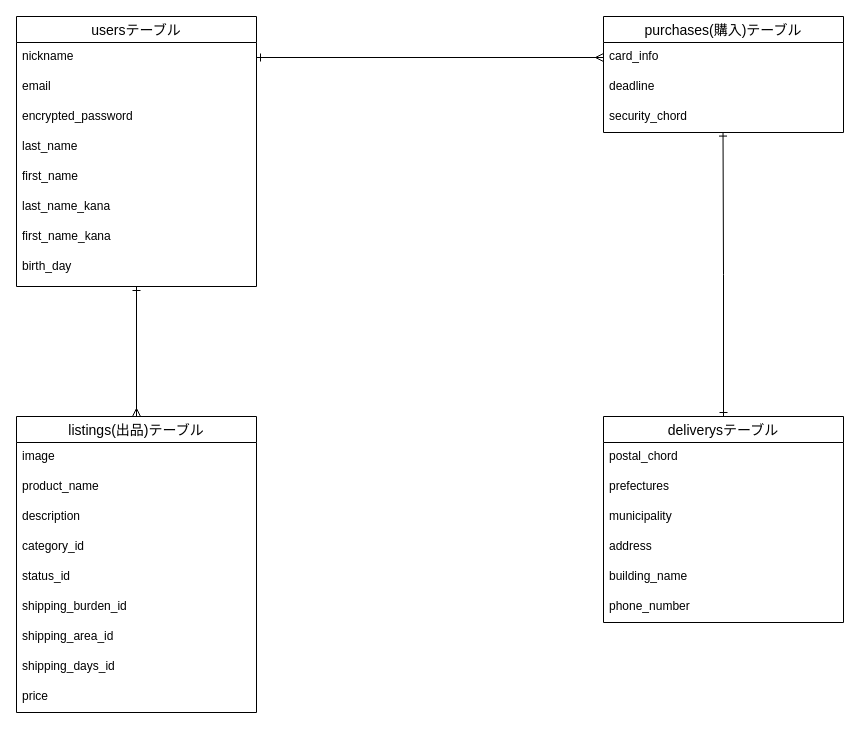
keijiMatsuo/furima-35080 keeps this draw.io diagram as test.dio. Above is the earlier version. Source tidied: cells renumbered, new cells numbered last; positions are measured from the earlier drawing's top-left corner, leaving out a move shared by most shapes. Both pictures are drawn from the tidied source at 100%, with x=0, y=0 at pixel (16, 16).
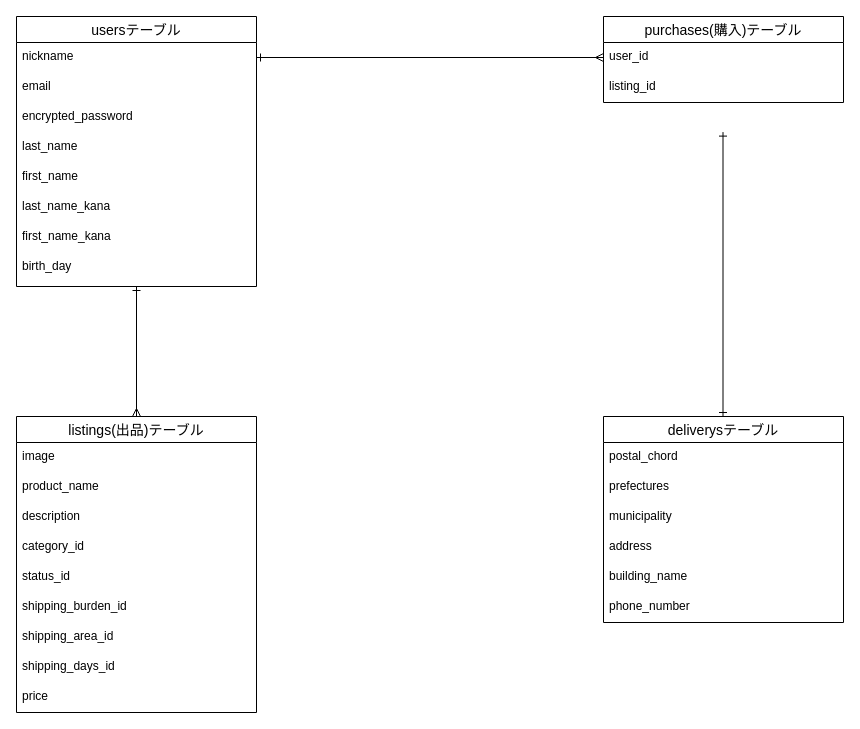
After the change.

Commit message:
purchasesテーブル修正

Unchanged cells that the change refers to:
```xml
<mxCell id="27" value="deliverysテーブル" style="swimlane;fontStyle=0;horizontal=1;startSize=26;align=center;fontSize=14;" parent="1" vertex="1">
  <mxGeometry x="587" y="400" width="240" height="206" as="geometry" />
</mxCell>
```

The edit, as a diff of the source:
```diff
@@
     <mxCell id="22" value="purchases(購入)テーブル" style="swimlane;fontStyle=0;horizontal=1;startSize=26;align=center;fontSize=14;rounded=0;fillColor=none;" parent="1" vertex="1">
-      <mxGeometry x="587" width="240" height="116" as="geometry" />
+      <mxGeometry x="587" width="240" height="86" as="geometry" />
     </mxCell>
-    <mxCell id="23" value="card_info" style="text;strokeColor=none;fillColor=none;spacingLeft=4;spacingRight=4;overflow=hidden;points=[[0,0.5],[1,0.5]];portConstraint=eastwest;fontSize=12;" parent="22" vertex="1">
+    <mxCell id="23" value="user_id" style="text;strokeColor=none;fillColor=none;spacingLeft=4;spacingRight=4;overflow=hidden;points=[[0,0.5],[1,0.5]];portConstraint=eastwest;fontSize=12;" parent="22" vertex="1">
       <mxGeometry y="26" width="240" height="30" as="geometry" />
     </mxCell>
-    <mxCell id="24" value="deadline" style="text;strokeColor=none;fillColor=none;spacingLeft=4;spacingRight=4;overflow=hidden;fontSize=12;" parent="22" vertex="1">
+    <mxCell id="24" value="listing_id" style="text;strokeColor=none;fillColor=none;spacingLeft=4;spacingRight=4;overflow=hidden;fontSize=12;" parent="22" vertex="1">
       <mxGeometry y="56" width="240" height="30" as="geometry" />
     </mxCell>
-    <mxCell id="25" value="security_chord" style="text;strokeColor=none;fillColor=none;spacingLeft=4;spacingRight=4;overflow=hidden;points=[[0,0.5],[1,0.5]];portConstraint=eastwest;fontSize=12;" parent="22" vertex="1">
-      <mxGeometry y="86" width="240" height="30" as="geometry" />
-    </mxCell>
-    <mxCell id="26" style="edgeStyle=orthogonalEdgeStyle;rounded=0;jettySize=auto;html=1;entryX=0.498;entryY=0.986;entryDx=0;entryDy=0;entryPerimeter=0;startArrow=ERone;startFill=0;endArrow=ERone;endFill=0;" parent="1" edge="1" source="27" target="25">
-      <mxGeometry relative="1" as="geometry" />
+    <mxCell id="26" style="edgeStyle=orthogonalEdgeStyle;rounded=0;jettySize=auto;html=1;entryX=0.498;entryY=0.986;entryDx=0;entryDy=0;entryPerimeter=0;startArrow=ERone;startFill=0;endArrow=ERone;endFill=0;" parent="1" edge="1" source="27">
+      <mxGeometry relative="1" as="geometry">
+        <mxPoint x="706.5" y="115.6" as="targetPoint" />
+      </mxGeometry>
     </mxCell>
```
